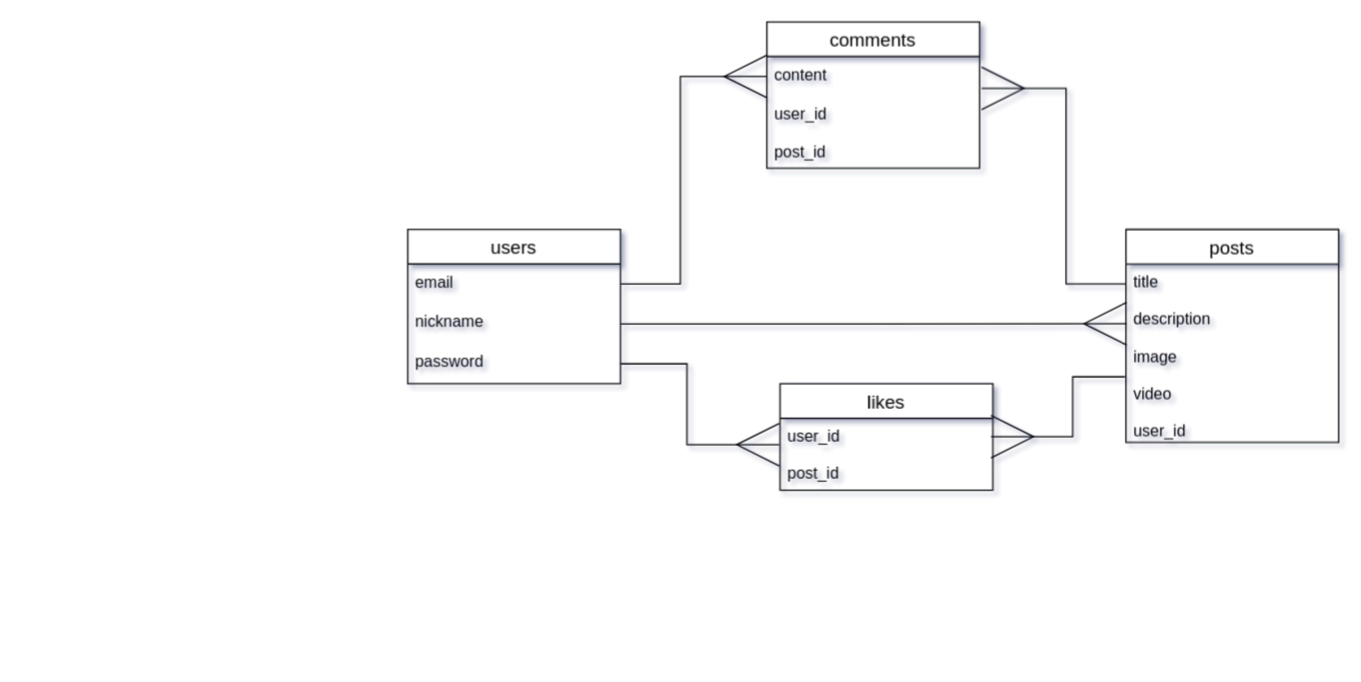
This is original-app.dio from bhwi0015/originalapp, a draw.io file, before an edit. Source tidied: cells renumbered, new cells numbered last; positions are measured from the earlier drawing's top-left corner, leaving out a move shared by most shapes. Both pictures are drawn from the tidied source at 133%, with x=0, y=0 at pixel (407, 21).
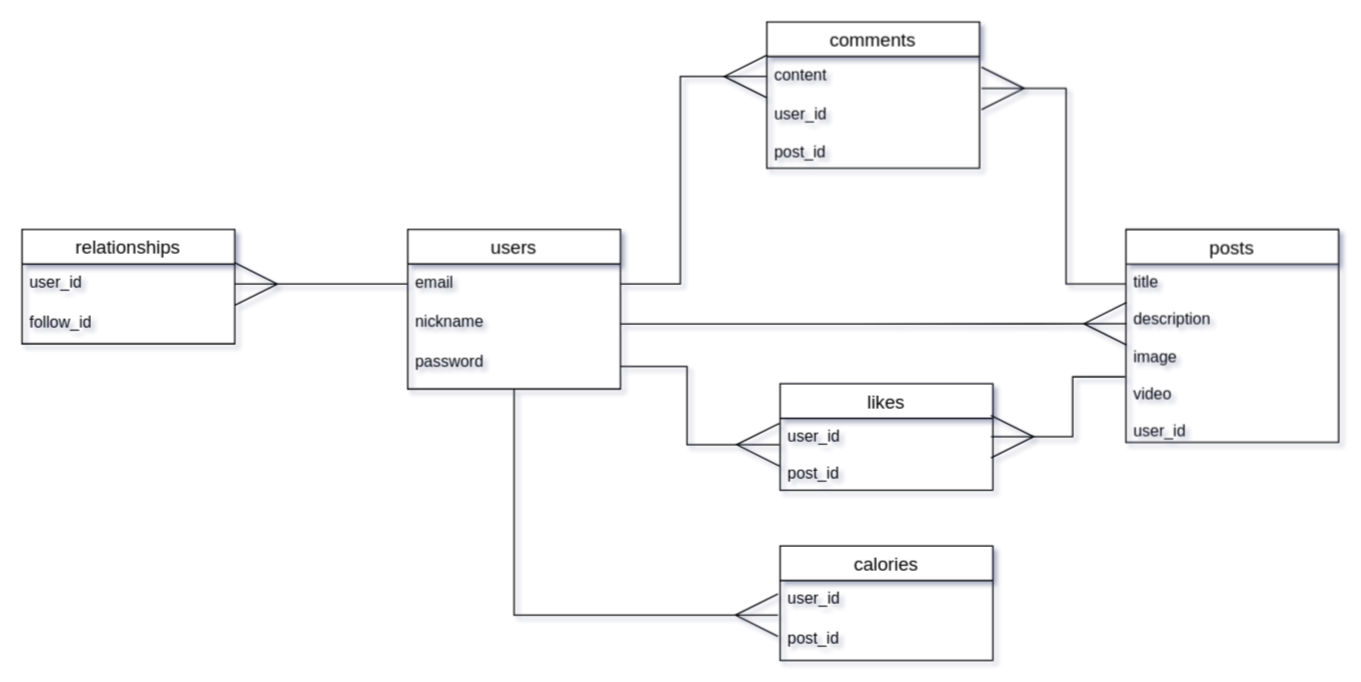
The same page after the edit.

The change refers to these unchanged cells:
```xml
<mxCell id="3" value="email" style="text;strokeColor=none;fillColor=none;spacingLeft=4;spacingRight=4;overflow=hidden;points=[[0,0.5],[1,0.5]];portConstraint=eastwest;fontSize=12;" parent="2" vertex="1">
  <mxGeometry y="26" width="160" height="30" as="geometry" />
</mxCell>
```

What changed in the source:
```diff
@@
+    <mxCell id="18" style="edgeStyle=orthogonalEdgeStyle;rounded=0;jettySize=auto;html=1;entryX=-0.01;entryY=0.867;entryDx=0;entryDy=0;entryPerimeter=0;endArrow=ERmany;endFill=0;endSize=30;strokeWidth=1;" parent="1" edge="1" source="2" target="24">
+      <mxGeometry relative="1" as="geometry" />
+    </mxCell>
     <mxCell id="2" value="users" style="swimlane;fontStyle=0;horizontal=1;startSize=26;align=center;fontSize=14;" parent="1" vertex="1">
-      <mxGeometry y="156" width="160" height="116" as="geometry" />
+      <mxGeometry y="156" width="160" height="120" as="geometry" />
     </mxCell>
@@
     <mxCell id="5" value="password" style="text;strokeColor=none;fillColor=none;spacingLeft=4;spacingRight=4;overflow=hidden;points=[[0,0.5],[1,0.5]];portConstraint=eastwest;fontSize=12;" parent="2" vertex="1">
-      <mxGeometry y="86" width="160" height="30" as="geometry" />
+      <mxGeometry y="86" width="160" height="34" as="geometry" />
     </mxCell>
@@
+    <mxCell id="19" value="relationships" style="swimlane;fontStyle=0;horizontal=1;startSize=26;align=center;fontSize=14;" parent="1" vertex="1">
+      <mxGeometry x="-290" y="156" width="160" height="86" as="geometry" />
+    </mxCell>
+    <mxCell id="20" value="user_id" style="text;strokeColor=none;fillColor=none;spacingLeft=4;spacingRight=4;overflow=hidden;points=[[0,0.5],[1,0.5]];portConstraint=eastwest;fontSize=12;" parent="19" vertex="1">
+      <mxGeometry y="26" width="160" height="30" as="geometry" />
+    </mxCell>
+    <mxCell id="21" value="follow_id" style="text;strokeColor=none;fillColor=none;spacingLeft=4;spacingRight=4;overflow=hidden;fontSize=12;" parent="19" vertex="1">
+      <mxGeometry y="56" width="160" height="30" as="geometry" />
+    </mxCell>
+    <mxCell id="22" style="edgeStyle=orthogonalEdgeStyle;rounded=0;jettySize=auto;html=1;entryX=1;entryY=0.5;entryDx=0;entryDy=0;endArrow=ERmany;endFill=0;strokeWidth=1;endSize=30;" parent="1" edge="1" source="3" target="20">
+      <mxGeometry relative="1" as="geometry" />
+    </mxCell>
+    <mxCell id="23" value="calories" style="swimlane;fontStyle=0;horizontal=1;startSize=26;align=center;fontSize=14;" parent="1" vertex="1">
+      <mxGeometry x="280" y="394" width="160" height="86" as="geometry" />
+    </mxCell>
+    <mxCell id="24" value="user_id" style="text;strokeColor=none;fillColor=none;spacingLeft=4;spacingRight=4;overflow=hidden;points=[[0,0.5],[1,0.5]];portConstraint=eastwest;fontSize=12;" parent="23" vertex="1">
+      <mxGeometry y="26" width="160" height="30" as="geometry" />
+    </mxCell>
+    <mxCell id="25" value="post_id" style="text;strokeColor=none;fillColor=none;spacingLeft=4;spacingRight=4;overflow=hidden;fontSize=12;" parent="23" vertex="1">
+      <mxGeometry y="56" width="160" height="30" as="geometry" />
+    </mxCell>
```
